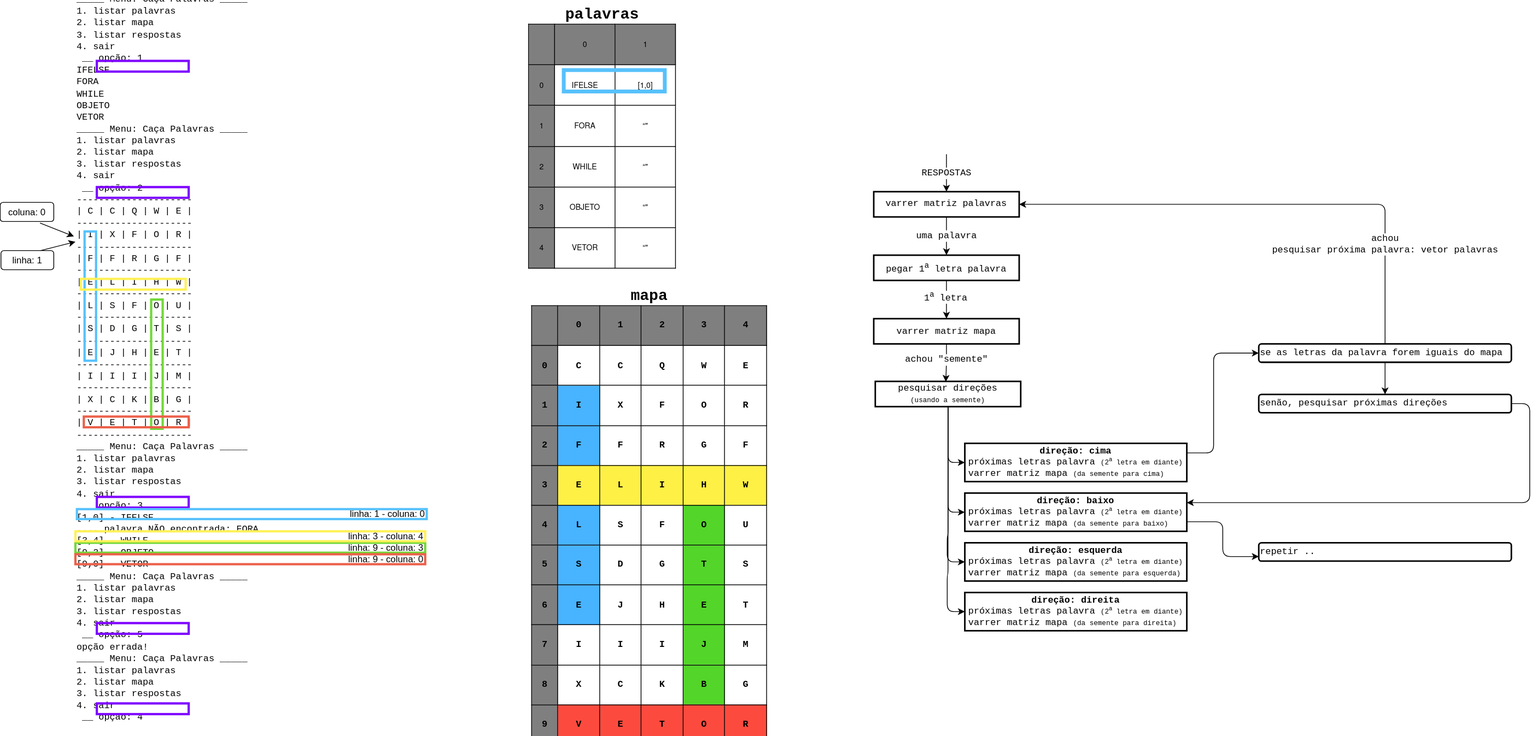
richardxnathan/furb-ip keeps this draw.io diagram as TrabalhoFinal/mapa.drawio.svg. Above is the earlier version. Source tidied: cells renumbered, new cells last; positions are measured from the earlier drawing's top-left corner, leaving out a move shared by most shapes.
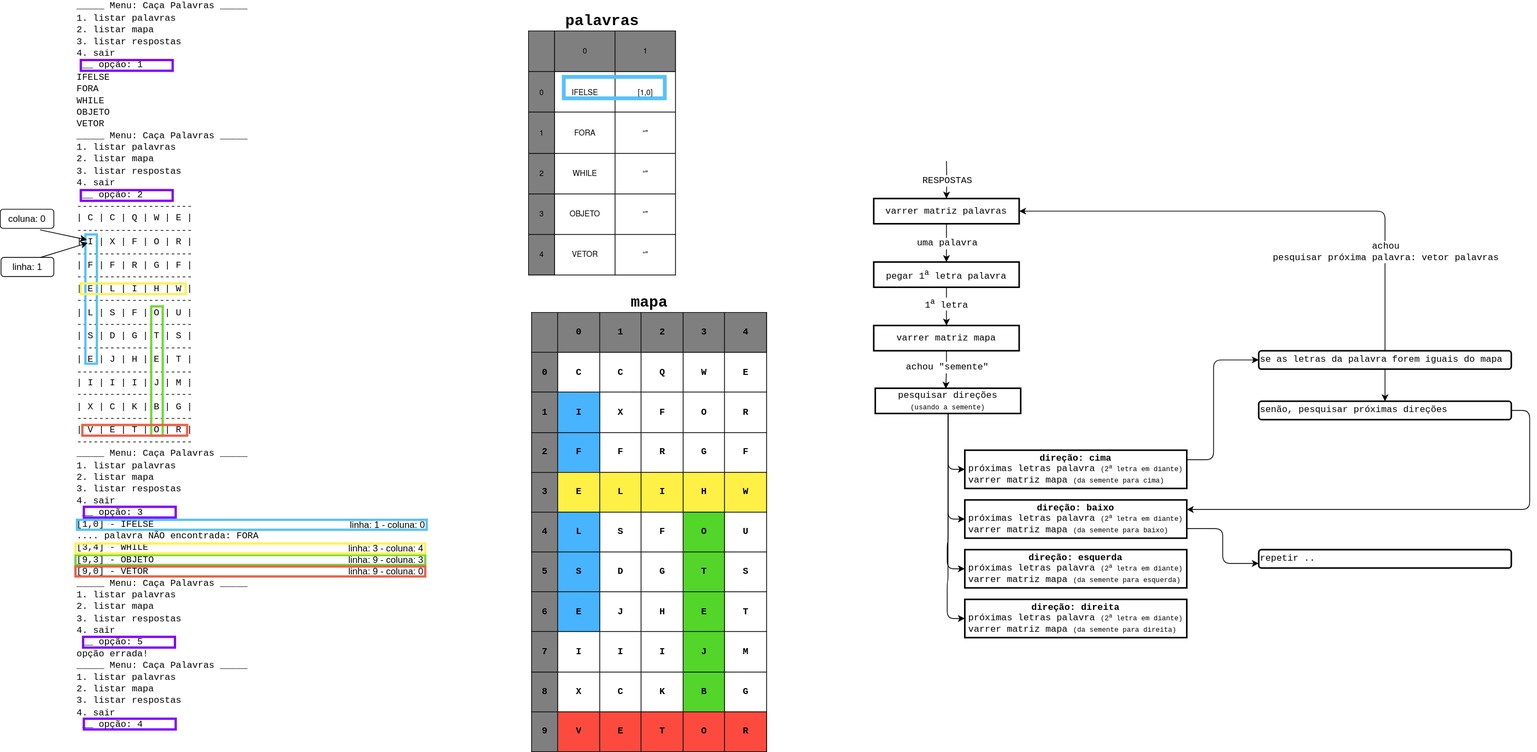
The same diagram one commit later.

Change to the diagram source:
```diff
@@ -6,56 +6,56 @@
       <mxGeometry x="98" y="27" width="247" height="882" as="geometry" />
     </mxCell>
     <mxCell id="3" style="whiteSpace=wrap;html=1;fillColor=none;strokeWidth=3;strokeColor=#7F00FF;" parent="1" vertex="1">
-      <mxGeometry x="126" y="79" width="120" height="14" as="geometry" />
+      <mxGeometry x="105" y="69" width="120" height="14" as="geometry" />
     </mxCell>
     <mxCell id="4" style="whiteSpace=wrap;html=1;fillColor=none;strokeWidth=3;strokeColor=#7F00FF;" parent="1" vertex="1">
-      <mxGeometry x="126" y="244" width="120" height="14" as="geometry" />
+      <mxGeometry x="105" y="239" width="120" height="14" as="geometry" />
     </mxCell>
     <mxCell id="5" style="whiteSpace=wrap;html=1;fillColor=none;strokeWidth=3;strokeColor=#7F00FF;" parent="1" vertex="1">
-      <mxGeometry x="126" y="649" width="120" height="14" as="geometry" />
+      <mxGeometry x="109" y="653" width="120" height="14" as="geometry" />
     </mxCell>
     <mxCell id="6" style="whiteSpace=wrap;html=1;fillColor=none;strokeWidth=3;strokeColor=#7F00FF;" parent="1" vertex="1">
-      <mxGeometry x="126" y="814" width="120" height="14" as="geometry" />
+      <mxGeometry x="108" y="823" width="120" height="14" as="geometry" />
     </mxCell>
     <mxCell id="7" style="whiteSpace=wrap;html=1;fillColor=none;strokeWidth=3;strokeColor=#7F00FF;" parent="1" vertex="1">
-      <mxGeometry x="126" y="919" width="120" height="14" as="geometry" />
+      <mxGeometry x="109" y="930" width="120" height="14" as="geometry" />
     </mxCell>
     <mxCell id="8" style="whiteSpace=wrap;html=1;strokeWidth=3;fillColor=none;strokeColor=#57C1FB;" parent="1" vertex="1">
-      <mxGeometry x="110" y="302" width="15" height="169" as="geometry" />
+      <mxGeometry x="111" y="297" width="15" height="169" as="geometry" />
     </mxCell>
     <mxCell id="9" value="&lt;div&gt;&lt;span&gt;linha: 1 - coluna: 0&lt;/span&gt;&lt;/div&gt;" style="whiteSpace=wrap;html=1;strokeWidth=3;fillColor=none;align=right;strokeColor=#57C1FB;" parent="1" vertex="1">
-      <mxGeometry x="100" y="665" width="457" height="13" as="geometry" />
+      <mxGeometry x="100" y="670" width="457" height="13" as="geometry" />
     </mxCell>
     <mxCell id="10" value="&lt;div&gt;&lt;span&gt;linha: 9 - coluna: 3&lt;/span&gt;&lt;/div&gt;" style="whiteSpace=wrap;html=1;strokeWidth=3;fillColor=none;align=right;strokeColor=#71D838;" parent="1" vertex="1">
-      <mxGeometry x="98" y="709" width="457" height="13" as="geometry" />
+      <mxGeometry x="98" y="716" width="457" height="13" as="geometry" />
     </mxCell>
     <mxCell id="11" style="whiteSpace=wrap;html=1;strokeWidth=3;fillColor=none;strokeColor=#71D838;" parent="1" vertex="1">
       <mxGeometry x="197" y="391" width="15" height="169" as="geometry" />
     </mxCell>
     <mxCell id="12" value="&lt;div&gt;&lt;span&gt;linha: 3 - coluna: 4&lt;/span&gt;&lt;/div&gt;" style="whiteSpace=wrap;html=1;strokeWidth=3;align=right;fillColor=none;strokeColor=#FFF156;" parent="1" vertex="1">
-      <mxGeometry x="98" y="694" width="457" height="13" as="geometry" />
+      <mxGeometry x="98" y="701" width="457" height="13" as="geometry" />
     </mxCell>
     <mxCell id="13" value="&lt;div&gt;&lt;span&gt;linha: 9 - coluna: 0&lt;/span&gt;&lt;/div&gt;" style="whiteSpace=wrap;html=1;strokeWidth=3;fillColor=none;align=right;strokeColor=#EB604A;" parent="1" vertex="1">
-      <mxGeometry x="98" y="724" width="457" height="13" as="geometry" />
+      <mxGeometry x="98" y="731" width="457" height="13" as="geometry" />
     </mxCell>
     <mxCell id="14" style="whiteSpace=wrap;html=1;strokeWidth=3;fillColor=none;strokeColor=#FFF156;" parent="1" vertex="1">
-      <mxGeometry x="105" y="364" width="137" height="14" as="geometry" />
+      <mxGeometry x="105" y="361" width="137" height="14" as="geometry" />
     </mxCell>
     <mxCell id="15" style="whiteSpace=wrap;html=1;fillColor=none;strokeWidth=3;strokeColor=#EB604A;" parent="1" vertex="1">
-      <mxGeometry x="109" y="544" width="137" height="14" as="geometry" />
+      <mxGeometry x="107" y="546" width="137" height="14" as="geometry" />
     </mxCell>
-    <mxCell id="16" style="edgeStyle=none;html=1;strokeWidth=1;entryX=0.005;entryY=0.318;entryDx=0;entryDy=0;entryPerimeter=0;exitX=0.75;exitY=0;exitDx=0;exitDy=0;" parent="1" edge="1" source="17">
+    <mxCell id="16" style="edgeStyle=none;html=1;strokeWidth=1;exitX=0.75;exitY=0;exitDx=0;exitDy=0;" parent="1" edge="1" source="17">
       <mxGeometry relative="1" as="geometry">
-        <mxPoint x="98" y="315.5" as="targetPoint" />
+        <mxPoint x="114" y="308" as="targetPoint" />
       </mxGeometry>
     </mxCell>
     <mxCell id="17" value="linha: 1" style="rounded=1;whiteSpace=wrap;html=1;strokeWidth=1;fillColor=none;" parent="1" vertex="1">
       <mxGeometry x="0.8" y="327" width="69" height="25" as="geometry" />
     </mxCell>
-    <mxCell id="18" style="edgeStyle=none;html=1;strokeWidth=1;entryX=-0.003;entryY=0.31;entryDx=0;entryDy=0;entryPerimeter=0;" parent="1" edge="1">
+    <mxCell id="18" style="edgeStyle=none;html=1;strokeWidth=1;" parent="1" edge="1">
       <mxGeometry relative="1" as="geometry">
         <mxPoint x="51.8" y="291" as="sourcePoint" />
-        <mxPoint x="96" y="308.4" as="targetPoint" />
+        <mxPoint x="113" y="304" as="targetPoint" />
       </mxGeometry>
     </mxCell>
     <mxCell id="19" value="coluna: 0" style="rounded=1;whiteSpace=wrap;html=1;strokeWidth=1;fillColor=none;" parent="1" vertex="1">
```
